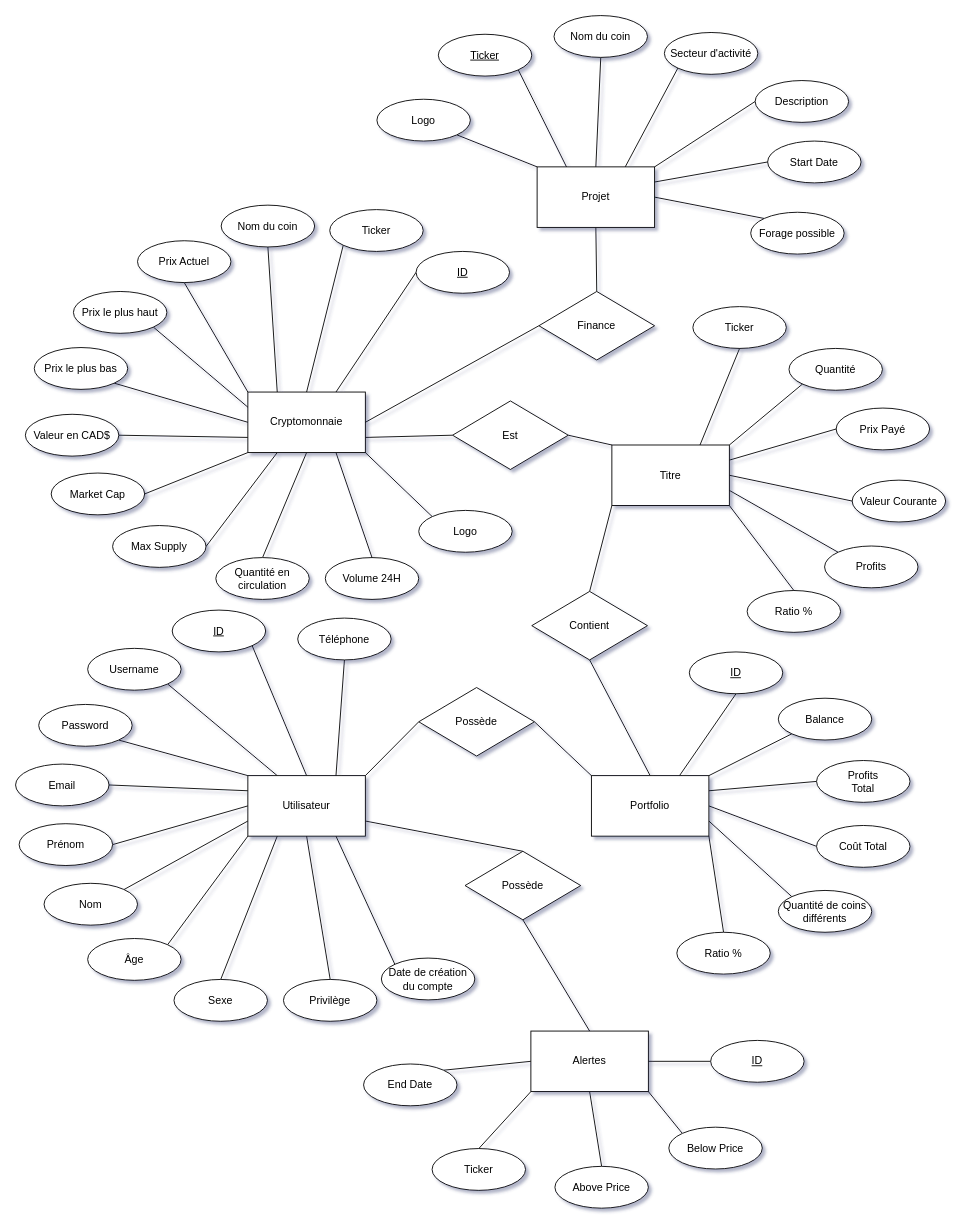
This is Entite-Relation.drawio from matreurai/GLO-2005, a draw.io file, before an edit. Source tidied: cells renumbered, new cells numbered last; positions are measured from the earlier drawing's top-left corner, leaving out a move shared by most shapes. Both pictures are drawn from the tidied source at 89%, with x=0, y=0 at pixel (15, 15).
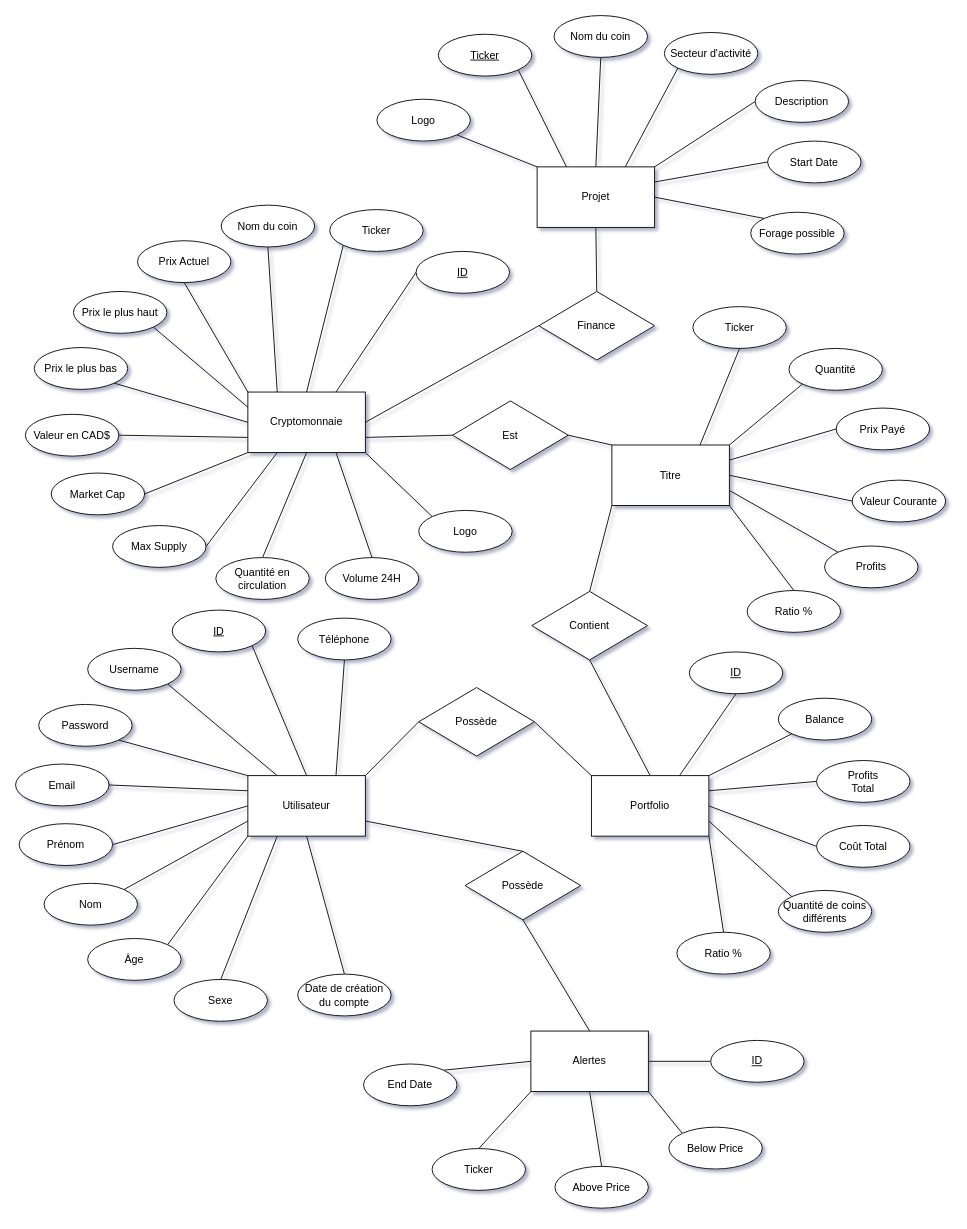
Above is the later version.

Commit message:
remove privilege user

The change refers to these unchanged cells:
```xml
<mxCell id="16" value="Utilisateur" style="rounded=0;whiteSpace=wrap;html=1;" parent="1" vertex="1">
  <mxGeometry x="261" y="854" width="132" height="68" as="geometry" />
</mxCell>
```

The edit, as a diff of the source:
```diff
@@
-    <mxCell id="11" style="edgeStyle=none;rounded=0;jettySize=auto;html=1;exitX=0.5;exitY=1;exitDx=0;exitDy=0;entryX=0.5;entryY=0;entryDx=0;entryDy=0;endArrow=none;endFill=0;" parent="1" edge="1" source="16" target="24">
-      <mxGeometry relative="1" as="geometry" />
-    </mxCell>
-    <mxCell id="12" style="edgeStyle=none;rounded=0;jettySize=auto;html=1;exitX=0.75;exitY=1;exitDx=0;exitDy=0;entryX=0;entryY=0;entryDx=0;entryDy=0;endArrow=none;endFill=0;" parent="1" edge="1" source="16" target="25">
+    <mxCell id="12" style="edgeStyle=none;rounded=0;jettySize=auto;html=1;exitX=0.5;exitY=1;exitDx=0;exitDy=0;entryX=0.5;entryY=0;entryDx=0;entryDy=0;endArrow=none;endFill=0;" parent="1" edge="1" source="16" target="25">
       <mxGeometry relative="1" as="geometry" />
     </mxCell>
@@
-    <mxCell id="24" value="Privilège" style="ellipse;whiteSpace=wrap;html=1;" parent="1" vertex="1">
-      <mxGeometry x="301" y="1083" width="105" height="47" as="geometry" />
-    </mxCell>
     <mxCell id="25" value="Date de création du compte" style="ellipse;whiteSpace=wrap;html=1;" parent="1" vertex="1">
-      <mxGeometry x="411" y="1059" width="105" height="47" as="geometry" />
+      <mxGeometry x="317" y="1077" width="105" height="47" as="geometry" />
     </mxCell>
```
